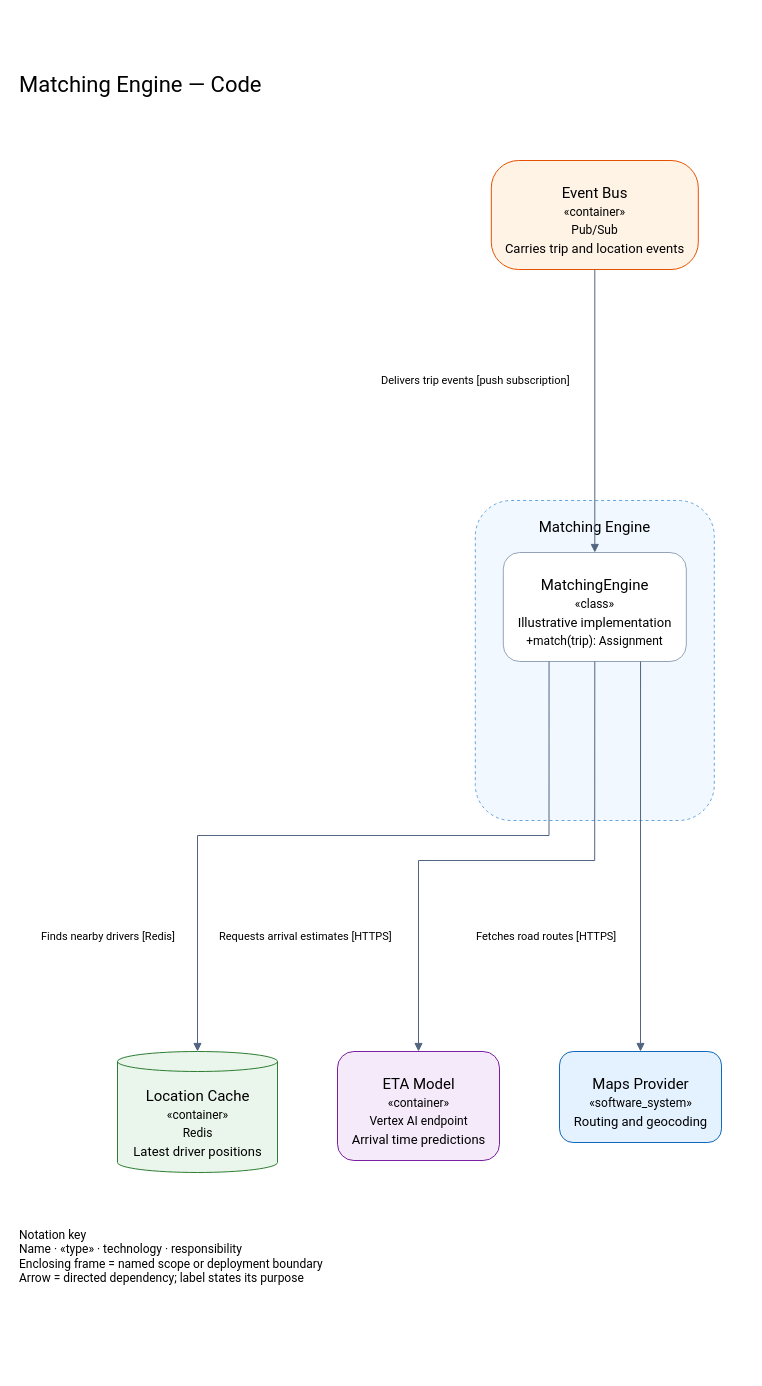
tyler59simon/architecture-suite-plugin keeps this draw.io diagram as examples/gcp-suite/c4-gcp/icon-style-legacy/04-code/code-matching-engine.drawio. Above is the earlier version. Source tidied: cells renumbered, new cells numbered last; positions are measured from the earlier drawing's top-left corner, leaving out a move shared by most shapes. Both pictures are drawn from the tidied source at 100%, with x=0, y=0 at pixel (17, 65). Pictures stored in the file or linked from it are replaced by grey dashed boxes.
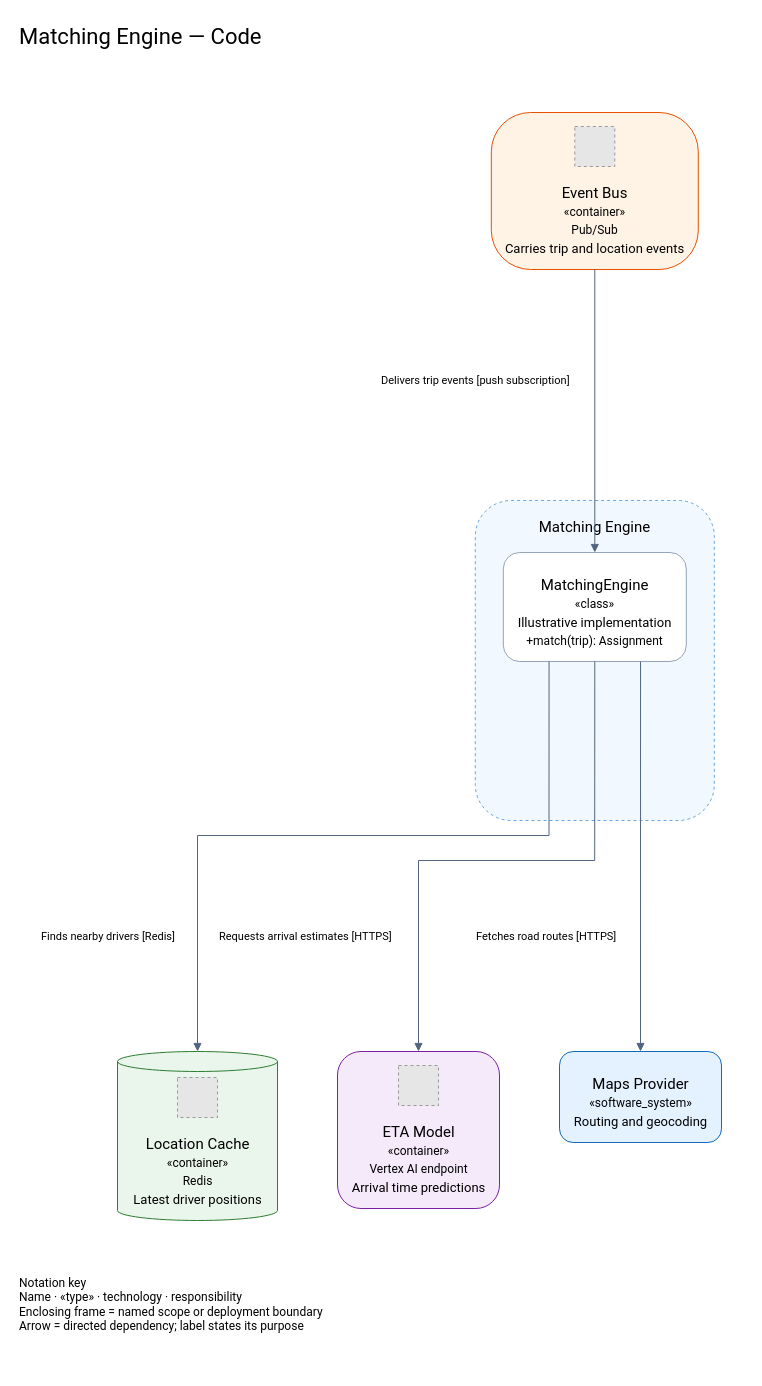
Above is the later version.

What changed in the source:
```diff
@@
     <mxCell id="2" value="Matching Engine — Code" style="text;html=1;fontSize=22;align=left;fontFamily=Roboto;" parent="1" vertex="1">
-      <mxGeometry width="728" height="55" as="geometry" />
+      <mxGeometry y="-48" width="728" height="55" as="geometry" />
     </mxCell>
@@
     <mxCell id="7" style="rounded=1;arcSize=25;fillColor=#fff3e6;strokeColor=#e65100;dashed=0;" parent="1" vertex="1">
-      <mxGeometry x="473.8" y="95" width="207" height="109" as="geometry" />
+      <mxGeometry x="473.8" y="47" width="207" height="157" as="geometry" />
     </mxCell>
     <mxCell id="8" value="Event Bus" style="text;html=1;align=center;fontSize=15;fontFamily=Roboto;spacing=0;" parent="7" vertex="1">
-      <mxGeometry y="19" width="207" height="22" as="geometry" />
+      <mxGeometry y="67" width="207" height="22" as="geometry" />
     </mxCell>
     <mxCell id="9" value="«container»" style="text;html=1;align=center;fontSize=12;fontFamily=Roboto;spacing=0;" parent="7" vertex="1">
-      <mxGeometry y="40" width="207" height="18" as="geometry" />
+      <mxGeometry y="88" width="207" height="18" as="geometry" />
     </mxCell>
     <mxCell id="10" value="Pub/Sub" style="text;html=1;align=center;fontSize=12;fontFamily=Roboto;spacing=0;" parent="7" vertex="1">
-      <mxGeometry y="58" width="207" height="18" as="geometry" />
+      <mxGeometry y="106" width="207" height="18" as="geometry" />
     </mxCell>
     <mxCell id="11" value="Carries trip and location events" style="text;html=1;align=center;fontSize=13;fontFamily=Roboto;spacing=0;" parent="7" vertex="1">
-      <mxGeometry y="76" width="207" height="19" as="geometry" />
+      <mxGeometry y="124" width="207" height="19" as="geometry" />
     </mxCell>
+    <mxCell id="38" style="fillColor=#E6E6E6;strokeColor=#999999;dashed=1;" parent="7" vertex="1">
+      <mxGeometry x="83.5" y="14" width="40" height="40" as="geometry" />
+    </mxCell>
     <mxCell id="12" style="shape=cylinder3;boundedLbl=1;backgroundOutline=1;size=10;fillColor=#eaf6ec;strokeColor=#2e7d32;dashed=0;" parent="1" vertex="1">
-      <mxGeometry x="100" y="986" width="160" height="121" as="geometry" />
+      <mxGeometry x="100" y="986" width="160" height="169" as="geometry" />
     </mxCell>
     <mxCell id="13" value="Location Cache" style="text;html=1;align=center;fontSize=15;fontFamily=Roboto;spacing=0;" parent="12" vertex="1">
-      <mxGeometry y="31" width="160" height="22" as="geometry" />
+      <mxGeometry y="79" width="160" height="22" as="geometry" />
     </mxCell>
     <mxCell id="14" value="«container»" style="text;html=1;align=center;fontSize=12;fontFamily=Roboto;spacing=0;" parent="12" vertex="1">
-      <mxGeometry y="52" width="160" height="18" as="geometry" />
+      <mxGeometry y="100" width="160" height="18" as="geometry" />
     </mxCell>
     <mxCell id="15" value="Redis" style="text;html=1;align=center;fontSize=12;fontFamily=Roboto;spacing=0;" parent="12" vertex="1">
-      <mxGeometry y="70" width="160" height="18" as="geometry" />
+      <mxGeometry y="118" width="160" height="18" as="geometry" />
     </mxCell>
     <mxCell id="16" value="Latest driver positions" style="text;html=1;align=center;fontSize=13;fontFamily=Roboto;spacing=0;" parent="12" vertex="1">
-      <mxGeometry y="88" width="160" height="19" as="geometry" />
+      <mxGeometry y="136" width="160" height="19" as="geometry" />
     </mxCell>
+    <mxCell id="39" style="fillColor=#E6E6E6;strokeColor=#999999;dashed=1;" parent="12" vertex="1">
+      <mxGeometry x="60" y="26" width="40" height="40" as="geometry" />
+    </mxCell>
     <mxCell id="17" style="rounded=1;fillColor=#f5eafa;strokeColor=#7b1fa2;dashed=0;" parent="1" vertex="1">
-      <mxGeometry x="320" y="986" width="162" height="109" as="geometry" />
+      <mxGeometry x="320" y="986" width="162" height="157" as="geometry" />
     </mxCell>
     <mxCell id="18" value="ETA Model" style="text;html=1;align=center;fontSize=15;fontFamily=Roboto;spacing=0;" parent="17" vertex="1">
-      <mxGeometry y="19" width="162" height="22" as="geometry" />
+      <mxGeometry y="67" width="162" height="22" as="geometry" />
     </mxCell>
     <mxCell id="19" value="«container»" style="text;html=1;align=center;fontSize=12;fontFamily=Roboto;spacing=0;" parent="17" vertex="1">
-      <mxGeometry y="40" width="162" height="18" as="geometry" />
+      <mxGeometry y="88" width="162" height="18" as="geometry" />
     </mxCell>
     <mxCell id="20" value="Vertex AI endpoint" style="text;html=1;align=center;fontSize=12;fontFamily=Roboto;spacing=0;" parent="17" vertex="1">
-      <mxGeometry y="58" width="162" height="18" as="geometry" />
+      <mxGeometry y="106" width="162" height="18" as="geometry" />
     </mxCell>
     <mxCell id="21" value="Arrival time predictions" style="text;html=1;align=center;fontSize=13;fontFamily=Roboto;spacing=0;" parent="17" vertex="1">
-      <mxGeometry y="76" width="162" height="19" as="geometry" />
+      <mxGeometry y="124" width="162" height="19" as="geometry" />
     </mxCell>
+    <mxCell id="40" style="fillColor=#E6E6E6;strokeColor=#999999;dashed=1;" parent="17" vertex="1">
+      <mxGeometry x="61" y="14" width="40" height="40" as="geometry" />
+    </mxCell>
@@
     <mxCell id="37" value="Notation key&lt;br&gt;Name · «type» · technology · responsibility&lt;br&gt;Enclosing frame = named scope or deployment boundary&lt;br&gt;Arrow = directed dependency; label states its purpose" style="text;html=1;align=left;fontSize=12;fontFamily=Roboto;" parent="1" vertex="1">
-      <mxGeometry y="1156" width="560" height="100" as="geometry" />
+      <mxGeometry y="1204" width="560" height="100" as="geometry" />
     </mxCell>
```
